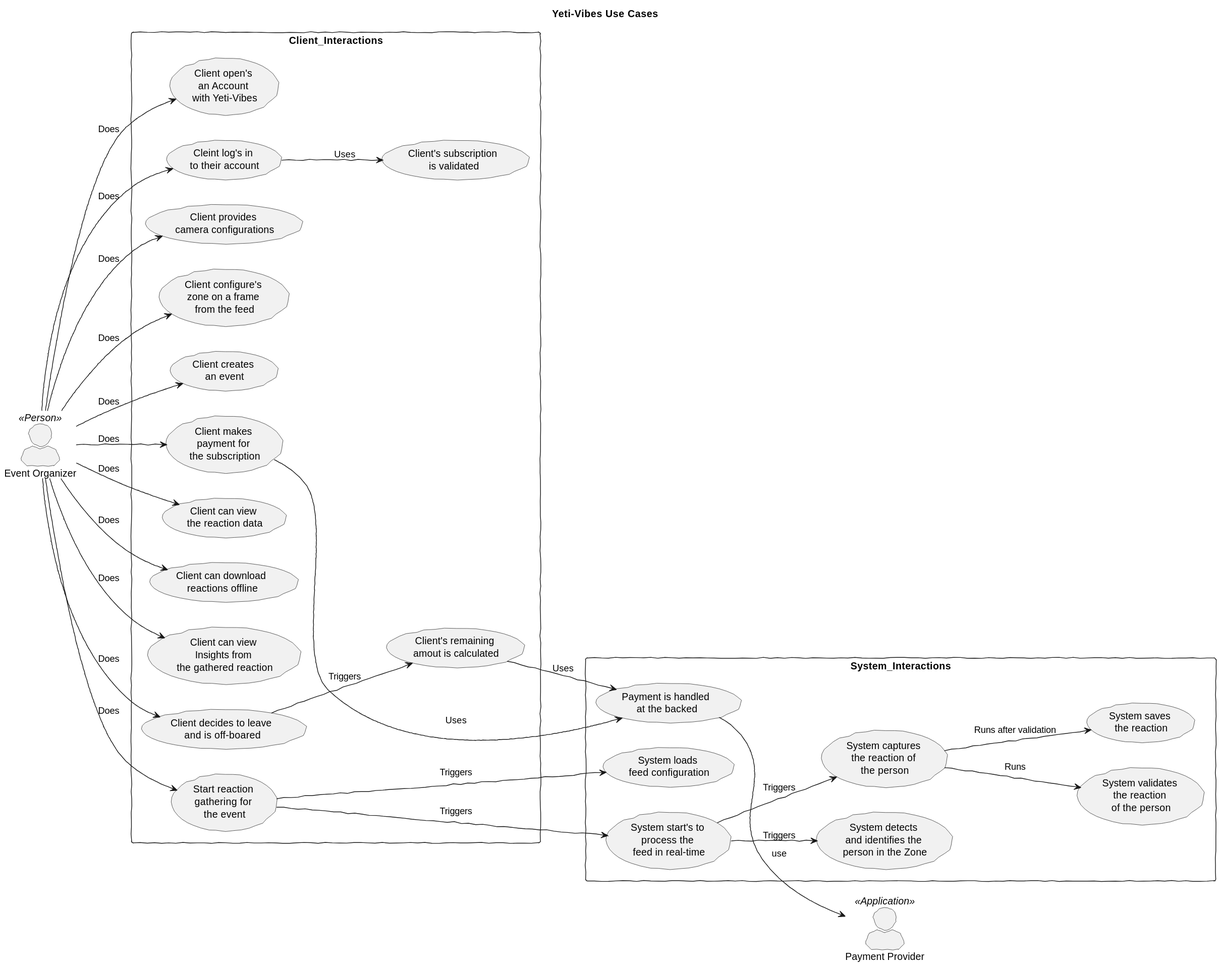
This is docs/diagrams/out/yeti_vibes_use_case_diagram.svg from backendkolawole/yeti-crowd-insights, a PlantUML export, as it was before one commit.
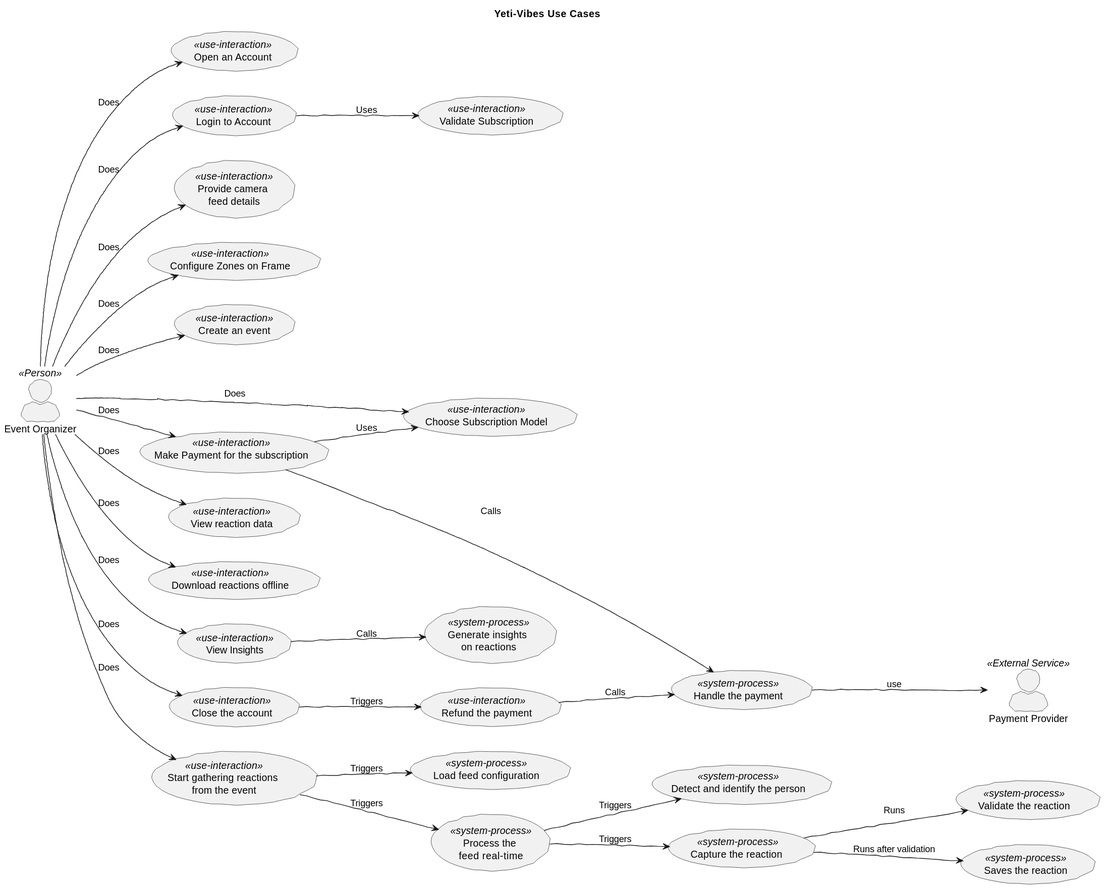
The same diagram one commit later.

Commit message:
Updated yeti-vibes use cases. Add the use case to design readme.

Diff of the diagram source:
```diff
@@ -6,50 +6,51 @@
 left to right direction
 
 actor :Event Organizer: as Client <<Person>>
-actor :Payment Provider: as PaymentProvider <<Application>>
+actor :Payment Provider: as PaymentProvider <<External Service>>
 
-rectangle Client_Interactions {
-    usecase OpensAccount as "Client open's \nan Account \nwith Yeti-Vibes"
-    usecase ClientLogin as "Cleint log's in \nto their account"
-    usecase ValidateSubscription as "Client's subscription \nis validated"
-    usecase ConfigureCamera as "Client provides \ncamera configurations"
-    usecase ConfigureFrame as "Client configure's \nzone on a frame \nfrom the feed"
-    usecase CreateEvent as "Client creates \nan event"
-    usecase MakePayment as "Client makes \npayment for \nthe subscription"
-    usecase ViewReactions as "Client can view \nthe reaction data"
-    usecase DownloadReactions as "Client can download \nreactions offline"
-    usecase ViewInsights as "Client can view \nInsights from \nthe gathered reaction"
-    usecase OffBoardClient as "Client decides to leave \nand is off-boared"
-    usecase RefundPayment as "Client's remaining \namout is calculated"
-    usecase StartEvent as "Start reaction \ngathering for \nthe event"
-}
+    usecase OpenAccount as "Open an Account" <<use-interaction>>
+    usecase Login as "Login to Account" <<use-interaction>>
+    usecase ValidateSubscription as "Validate Subscription" <<use-interaction>>
+    usecase ConfigureCamera as "Provide camera \nfeed details" <<use-interaction>>
+    usecase ConfigureFrame as "Configure Zones on Frame" <<use-interaction>>
+    usecase CreateEvent as "Create an event" <<use-interaction>>
+    usecase ChooseSubscription as "Choose Subscription Model" <<use-interaction>>
+    usecase MakePayment as "Make Payment for the subscription" <<use-interaction>>
+    usecase ViewReactions as "View reaction data" <<use-interaction>>
+    usecase DownloadReactions as "Download reactions offline" <<use-interaction>>
+    usecase ViewInsights as "View Insights" <<use-interaction>>
+    usecase CloseAccount as "Close the account" <<use-interaction>>
+    usecase RefundPayment as "Refund the payment" <<use-interaction>>
+    usecase StartEvent as "Start gathering reactions \nfrom the event" <<use-interaction>>
 
 
-rectangle System_Interactions {
-    usecase LoadConfiguration as "System loads \nfeed configuration"
-    usecase ProcessFeed as "System start's to \nprocess the \nfeed in real-time"
-    usecase IdentifyPerson as "System detects \nand identifies the \nperson in the Zone"
-    usecase CaptureReaction as "System captures \nthe reaction of \nthe person"
-    usecase ValidateReaction as "System validates \nthe reaction \nof the person"
-    usecase SaveReaction as "System saves \nthe reaction"
-    usecase HandlePayment as "Payment is handled \nat the backed"
-}
+    usecase LoadConfiguration as "Load feed configuration" <<system-process>>
+    usecase ProcessFeed as "Process the \nfeed  real-time" <<system-process>>
+    usecase IdentifyPerson as "Detect and identify the person" <<system-process>>
+    usecase CaptureReaction as "Capture the reaction " <<system-process>>
+    usecase ValidateReaction as "Validate the reaction" <<system-process>>
+    usecase SaveReaction as "Saves the reaction" <<system-process>>
+    usecase GenerateInsights as "Generate insights \non reactions" <<system-process>>
+    usecase HandlePayment as "Handle the payment" <<system-process>>
 
-Client --> OpensAccount : Does
-Client --> ClientLogin : Does
-ClientLogin --> ValidateSubscription : Uses
+Client --> OpenAccount : Does
+Client --> Login : Does
+Login --> ValidateSubscription : Uses
 Client --> ConfigureCamera : Does
 Client --> ConfigureFrame : Does
 Client --> CreateEvent : Does
+Client --> ChooseSubscription : Does
 Client --> MakePayment : Does
-MakePayment --> HandlePayment : Uses
+MakePayment --> ChooseSubscription : Uses
+MakePayment --> HandlePayment : Calls
 Client --> StartEvent : Does
 Client --> ViewReactions : Does
 Client --> DownloadReactions : Does
 Client --> ViewInsights : Does
-Client --> OffBoardClient : Does
-OffBoardClient --> RefundPayment : Triggers
-RefundPayment --> HandlePayment : Uses
+ViewInsights --> GenerateInsights : Calls
+Client --> CloseAccount : Does
+CloseAccount --> RefundPayment : Triggers
+RefundPayment --> HandlePayment : Calls
 
 
 StartEvent --> LoadConfiguration : Triggers
```
